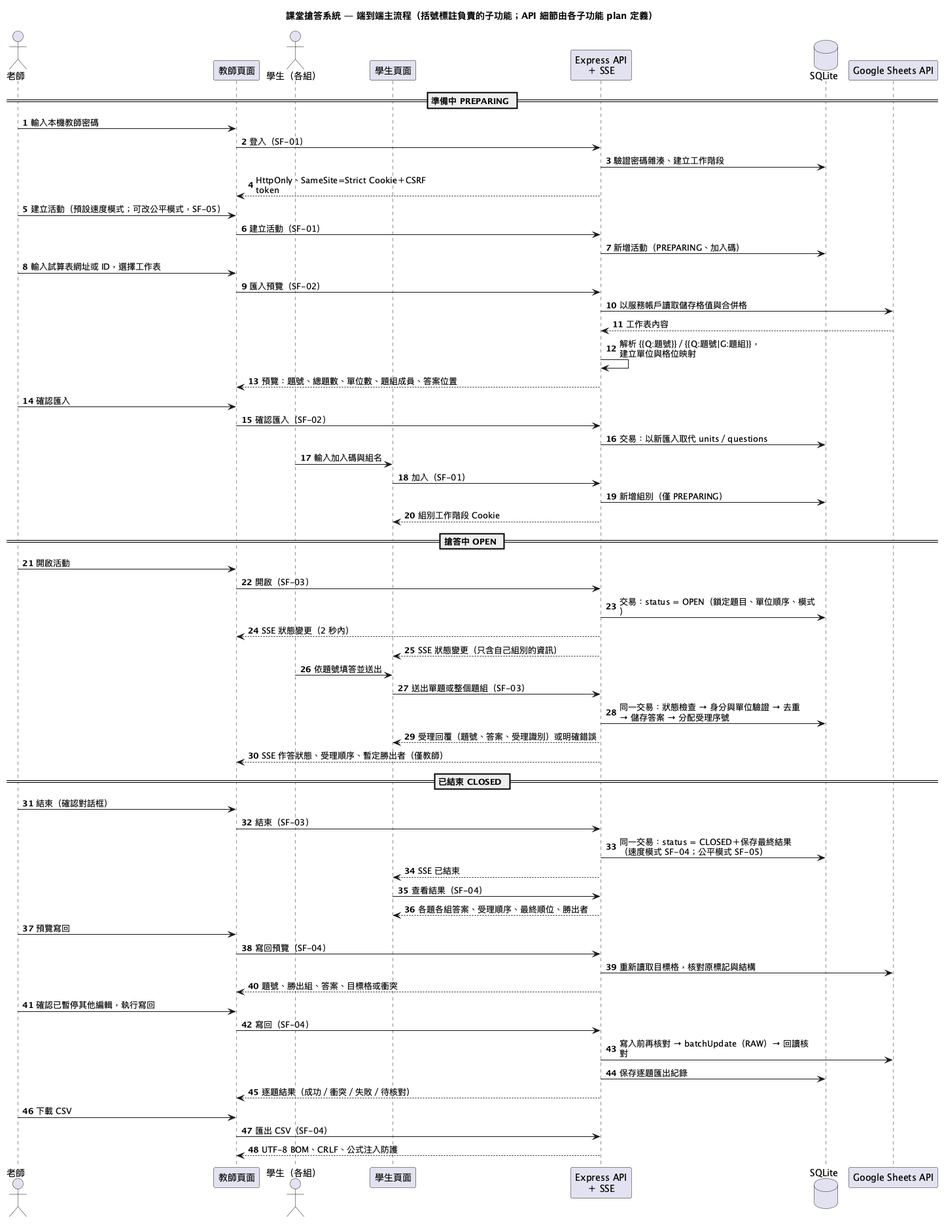
tom1030507/classroom-buzzer-system-speckit keeps this PlantUML diagram as diagrams/system-sequence.png. Above is the earlier version.
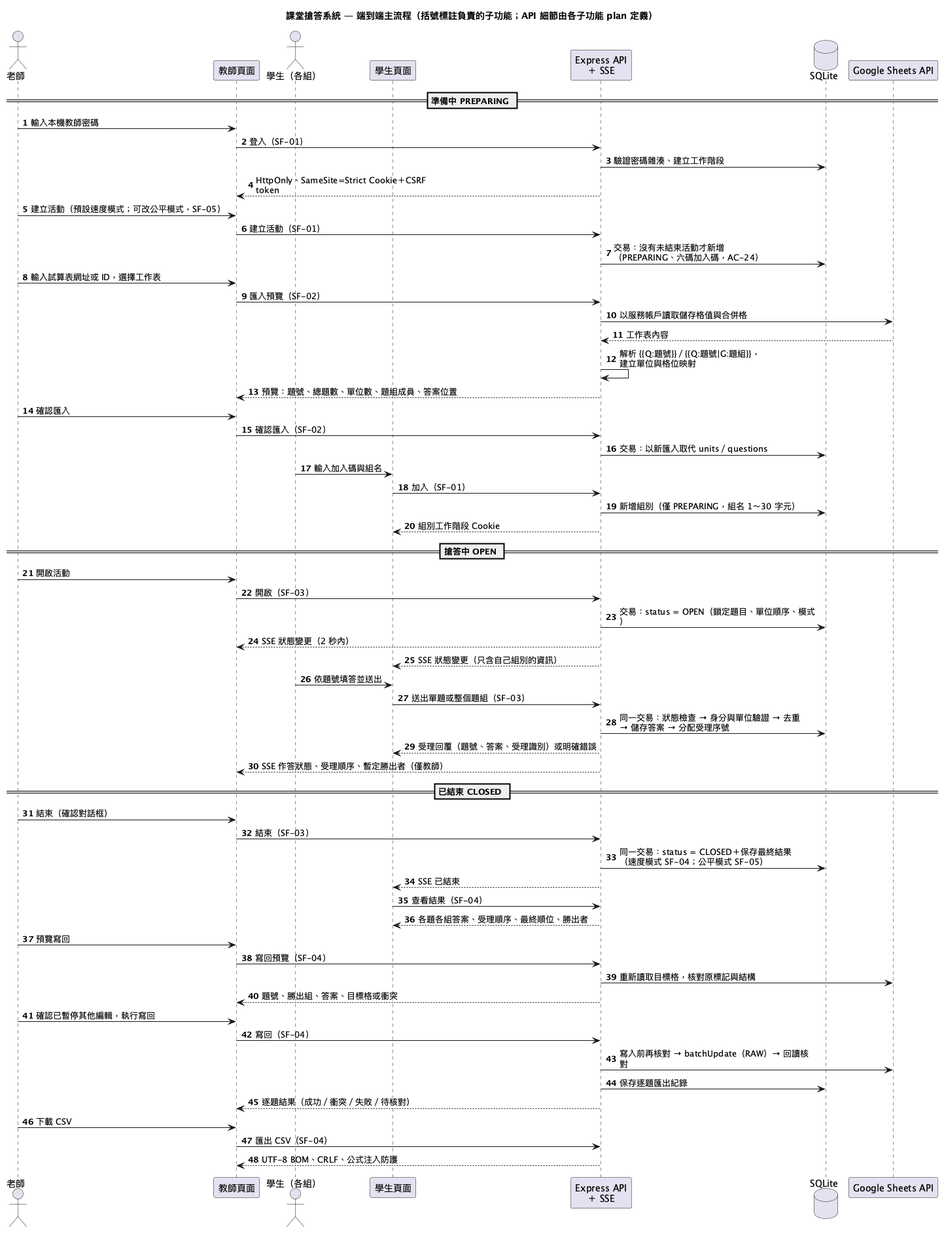
Later version of the same file.

Commit message:
docs(diagrams): show the AC-24 limits in SF-01 and system diagrams

Change to the diagram source:
```diff
@@ -20,7 +20,7 @@
 Api --> TeacherUI : HttpOnly、SameSite=Strict Cookie＋CSRF token
 Teacher -> TeacherUI : 建立活動（預設速度模式；可改公平模式，SF-05）
 TeacherUI -> Api : 建立活動（SF-01）
-Api -> Db : 新增活動（PREPARING、加入碼）
+Api -> Db : 交易：沒有未結束活動才新增\n（PREPARING、六碼加入碼，AC-24）
 Teacher -> TeacherUI : 輸入試算表網址或 ID，選擇工作表
 TeacherUI -> Api : 匯入預覽（SF-02）
 Api -> Sheets : 以服務帳戶讀取儲存格值與合併格
@@ -32,7 +32,7 @@
 Api -> Db : 交易：以新匯入取代 units／questions
 Student -> StudentUI : 輸入加入碼與組名
 StudentUI -> Api : 加入（SF-01）
-Api -> Db : 新增組別（僅 PREPARING）
+Api -> Db : 新增組別（僅 PREPARING，組名 1～30 字元）
 Api --> StudentUI : 組別工作階段 Cookie
 
 == 搶答中 OPEN ==
```
